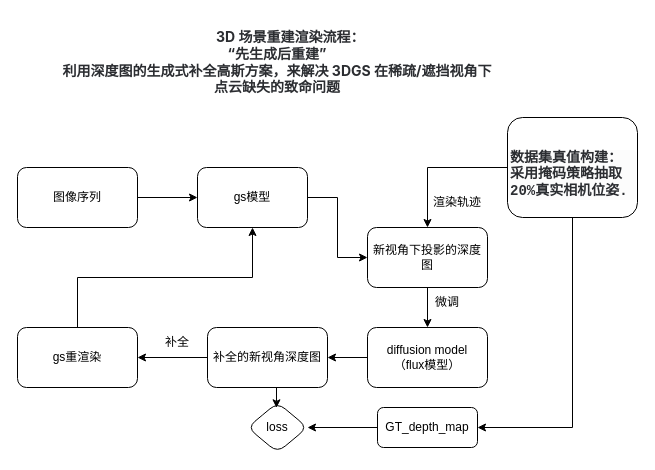
zzcPeace/draw.io keeps this draw.io diagram as model_net.drawio. Above is the earlier version. Source tidied: cells renumbered, new cells numbered last; positions are measured from the earlier drawing's top-left corner, leaving out a move shared by most shapes. Both pictures are drawn from the tidied source at 100%, with x=0, y=0 at pixel (17, 17).
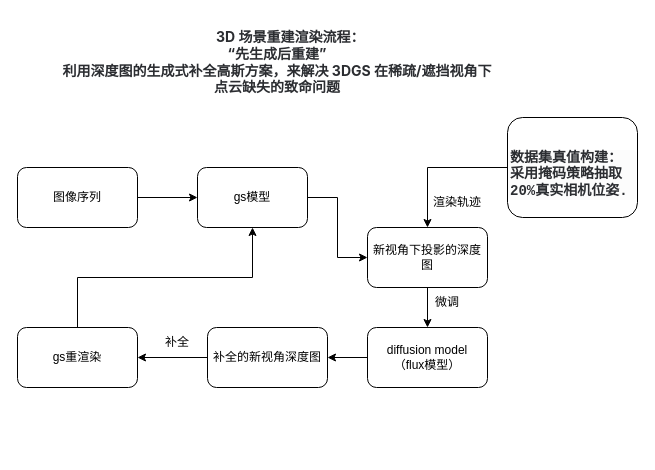
The same diagram, later.

The change refers to these unchanged cells:
```xml
<mxCell id="7" value="补全的新视角深度图" style="whiteSpace=wrap;html=1;rounded=1;" parent="1" vertex="1">
  <mxGeometry x="190" y="310" width="120" height="60" as="geometry" />
</mxCell>
<mxCell id="22" value="&lt;br&gt;&lt;div&gt;&lt;strong class=&quot;ng-star-inserted&quot; style=&quot;box-sizing: border-box; color: rgb(43, 45, 49); font-family: Inter, sans-serif; font-size: 14px; font-style: normal; font-variant-ligatures: normal; font-variant-caps: normal; letter-spacing: normal; orphans: 2; text-align: start; text-indent: 0px; text-transform: none; widows: 2; word-spacing: 0px; -webkit-text-stroke-width: 0px; white-space: normal; background-color: rgb(255, 255, 255); text-decoration-thickness: initial; text-decoration-style: initial; text-decoration-color: initial;&quot;&gt;&lt;span class=&quot;inline-code ng-star-inserted&quot; style=&quot;box-sizing: border-box; background: none 0% 0% / auto repeat scroll padding-box border-box rgb(252, 252, 252); border: none; border-radius: 4px; color: rgb(43, 45, 49); display: inline-block; font-family: &amp;quot;DM Mono&amp;quot;, monospace; font-size: 1em; padding: 0px 2px;&quot;&gt;数据集真值构建：采用掩码策略抽取20%真实相机位姿.&lt;/span&gt;&lt;/strong&gt;&lt;br&gt;&lt;/div&gt;" style="rounded=1;whiteSpace=wrap;html=1;" parent="1" vertex="1">
  <mxGeometry x="490" y="100" width="130" height="100" as="geometry" />
</mxCell>
```

The edit, as a diff of the source:
```diff
@@
-    <mxCell id="8" value="loss" style="rhombus;whiteSpace=wrap;html=1;rounded=1;" parent="1" vertex="1">
-      <mxGeometry x="230" y="385" width="60" height="50" as="geometry" />
-    </mxCell>
@@
-    <mxCell id="11" style="edgeStyle=orthogonalEdgeStyle;rounded=0;jettySize=auto;html=1;" parent="1" edge="1" source="12" target="8">
-      <mxGeometry relative="1" as="geometry" />
-    </mxCell>
-    <mxCell id="12" value="GT_depth_map" style="rounded=1;whiteSpace=wrap;html=1;" parent="1" vertex="1">
-      <mxGeometry x="360" y="390" width="100" height="40" as="geometry" />
-    </mxCell>
@@
-    <mxCell id="19" style="edgeStyle=orthogonalEdgeStyle;rounded=0;jettySize=auto;html=1;exitX=0.5;exitY=1;exitDx=0;exitDy=0;entryX=0.483;entryY=0.106;entryDx=0;entryDy=0;entryPerimeter=0;" parent="1" edge="1" source="7" target="8">
-      <mxGeometry relative="1" as="geometry" />
-    </mxCell>
-    <mxCell id="20" style="edgeStyle=orthogonalEdgeStyle;rounded=0;jettySize=auto;html=1;exitX=0.5;exitY=1;exitDx=0;exitDy=0;entryX=1;entryY=0.5;entryDx=0;entryDy=0;" parent="1" edge="1" source="22" target="12">
-      <mxGeometry relative="1" as="geometry" />
-    </mxCell>
```
